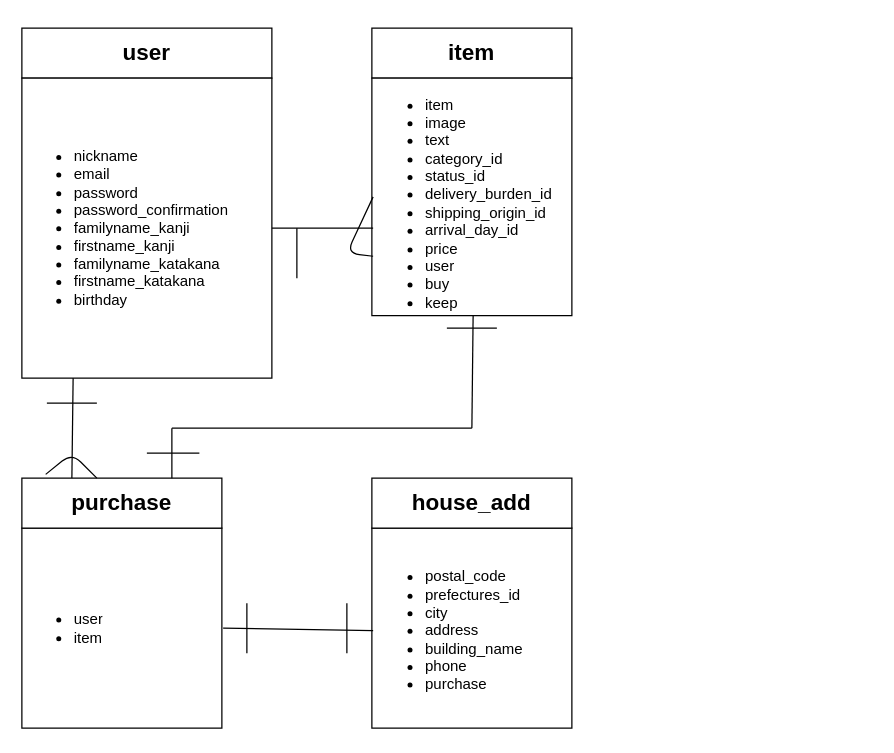
Before: furima.drawio in teruan777/furima_28422, a draw.io diagram. Source tidied: cells renumbered, new cells numbered last; positions are measured from the earlier drawing's top-left corner, leaving out a move shared by most shapes. Both pictures are drawn from the tidied source at 125%, with x=0, y=0 at pixel (21, 28).
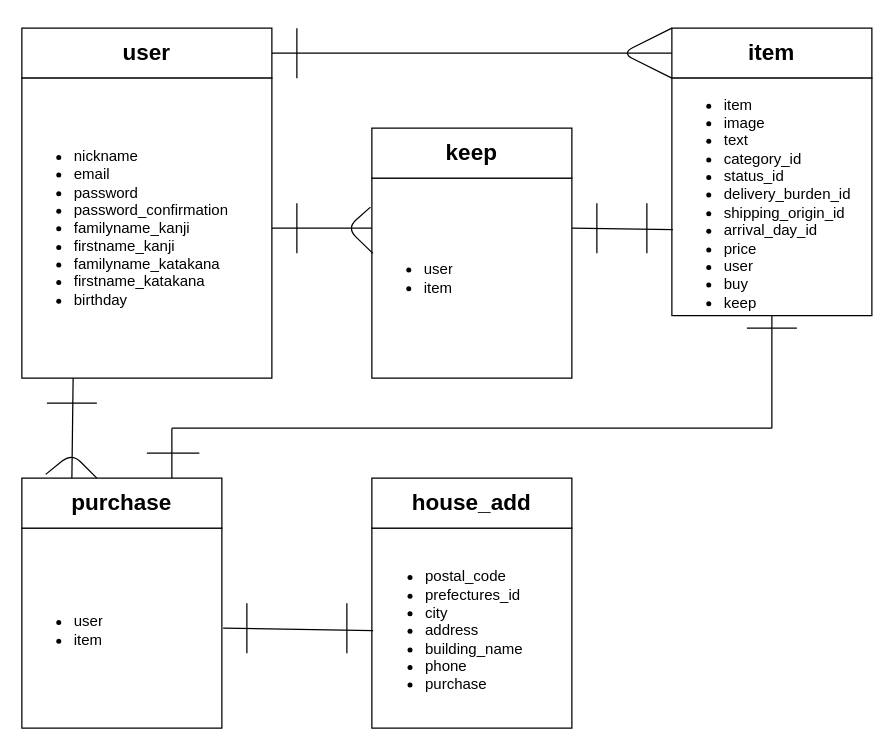
The same diagram, later.

The change refers to these unchanged cells:
```xml
<mxCell id="4" value="&lt;h2&gt;user&lt;/h2&gt;" style="rounded=0;whiteSpace=wrap;html=1;" parent="1" vertex="1">
  <mxGeometry width="200" height="40" as="geometry" />
</mxCell>
<mxCell id="10" value="&lt;ul&gt;&lt;li&gt;nickname&lt;/li&gt;&lt;li&gt;email&lt;/li&gt;&lt;li&gt;password&lt;/li&gt;&lt;li&gt;password_confirmation&lt;/li&gt;&lt;li&gt;familyname_kanji&lt;/li&gt;&lt;li&gt;firstname_kanji&lt;/li&gt;&lt;li&gt;familyname_katakana&lt;/li&gt;&lt;li&gt;firstname_katakana&lt;/li&gt;&lt;li&gt;birthday&lt;/li&gt;&lt;/ul&gt;" style="text;strokeColor=none;fillColor=none;html=1;whiteSpace=wrap;verticalAlign=middle;overflow=hidden;" parent="1" vertex="1">
  <mxGeometry y="40" width="200" height="240" as="geometry" />
</mxCell>
```

Diff of the diagram source:
```diff
@@
+    <mxCell id="28" style="rounded=0;whiteSpace=wrap;html=1;" parent="1" vertex="1">
+      <mxGeometry x="280" y="120" width="160" height="160" as="geometry" />
+    </mxCell>
@@
     <mxCell id="5" value="&lt;h2&gt;item&lt;/h2&gt;" style="rounded=0;whiteSpace=wrap;html=1;" parent="1" vertex="1">
-      <mxGeometry x="280" width="160" height="40" as="geometry" />
+      <mxGeometry x="520" width="160" height="40" as="geometry" />
     </mxCell>
@@
     <mxCell id="7" value="&lt;ul&gt;&lt;li&gt;user&lt;/li&gt;&lt;li&gt;item&lt;/li&gt;&lt;/ul&gt;" style="text;strokeColor=none;fillColor=none;html=1;whiteSpace=wrap;verticalAlign=middle;overflow=hidden;" parent="1" vertex="1">
-      <mxGeometry y="400" width="160" height="160" as="geometry" />
+      <mxGeometry y="402" width="160" height="160" as="geometry" />
     </mxCell>
@@
     <mxCell id="9" style="rounded=0;whiteSpace=wrap;html=1;" parent="1" vertex="1">
-      <mxGeometry x="280" y="40" width="160" height="190" as="geometry" />
+      <mxGeometry x="520" y="40" width="160" height="190" as="geometry" />
     </mxCell>
@@
     <mxCell id="11" value="&lt;ul&gt;&lt;li&gt;item&lt;/li&gt;&lt;li&gt;image&lt;/li&gt;&lt;li&gt;text&lt;/li&gt;&lt;li&gt;category_id&lt;/li&gt;&lt;li&gt;status_id&lt;/li&gt;&lt;li&gt;delivery_burden_id&lt;/li&gt;&lt;li&gt;shipping_origin_id&lt;/li&gt;&lt;li&gt;arrival_day_id&lt;/li&gt;&lt;li&gt;price&lt;/li&gt;&lt;li&gt;user&lt;/li&gt;&lt;li&gt;buy&lt;/li&gt;&lt;li&gt;keep&lt;/li&gt;&lt;/ul&gt;" style="text;strokeColor=none;fillColor=none;html=1;whiteSpace=wrap;verticalAlign=middle;overflow=hidden;" parent="1" vertex="1">
-      <mxGeometry x="281" y="40" width="160" height="190" as="geometry" />
+      <mxGeometry x="520" y="40" width="160" height="190" as="geometry" />
     </mxCell>
-    <mxCell id="12" style="endArrow=none;html=1;exitX=1;exitY=0.5;exitDx=0;exitDy=0;entryX=0;entryY=0.632;entryDx=0;entryDy=0;entryPerimeter=0;" parent="1" edge="1" source="10" target="11">
+    <mxCell id="12" style="endArrow=none;html=1;exitX=1;exitY=0.5;exitDx=0;exitDy=0;entryX=0;entryY=0.5;entryDx=0;entryDy=0;" parent="1" edge="1" source="4" target="5">
       <mxGeometry relative="1" as="geometry" />
     </mxCell>
@@
-    <mxCell id="14" style="endArrow=none;html=1;entryX=0;entryY=0.5;entryDx=0;entryDy=0;exitX=0;exitY=0.75;exitDx=0;exitDy=0;" parent="1" edge="1" source="11" target="11">
+    <mxCell id="14" style="endArrow=none;html=1;entryX=0;entryY=0;entryDx=0;entryDy=0;exitX=0;exitY=0;exitDx=0;exitDy=0;" parent="1" edge="1" source="11" target="5">
       <mxGeometry relative="1" as="geometry">
         <Array as="points">
-          <mxPoint x="260" y="180" />
+          <mxPoint x="480" y="20" />
         </Array>
       </mxGeometry>
     </mxCell>
     <mxCell id="15" style="endArrow=none;html=1;" parent="1" edge="1">
       <mxGeometry relative="1" as="geometry">
-        <mxPoint x="220" y="200" as="sourcePoint" />
-        <mxPoint x="220" y="160" as="targetPoint" />
+        <mxPoint x="220" y="40" as="sourcePoint" />
+        <mxPoint x="220" as="targetPoint" />
       </mxGeometry>
     </mxCell>
@@
     <mxCell id="24" style="endArrow=none;html=1;" parent="1" edge="1">
       <mxGeometry relative="1" as="geometry">
         <mxPoint x="120" y="320" as="sourcePoint" />
-        <mxPoint x="360" y="320" as="targetPoint" />
+        <mxPoint x="600" y="320" as="targetPoint" />
       </mxGeometry>
     </mxCell>
     <mxCell id="25" style="endArrow=none;html=1;entryX=0.5;entryY=1;entryDx=0;entryDy=0;" parent="1" edge="1" target="11">
       <mxGeometry relative="1" as="geometry">
-        <mxPoint x="360" y="320" as="sourcePoint" />
+        <mxPoint x="600" y="320" as="sourcePoint" />
       </mxGeometry>
     </mxCell>
     <mxCell id="26" style="endArrow=none;html=1;" parent="1" edge="1">
       <mxGeometry relative="1" as="geometry">
-        <mxPoint x="340" y="240" as="sourcePoint" />
-        <mxPoint x="380" y="240" as="targetPoint" />
-        <Array as="points">
-          <mxPoint x="360" y="240" />
-        </Array>
+        <mxPoint x="580" y="240" as="sourcePoint" />
+        <mxPoint x="620" y="240" as="targetPoint" />
       </mxGeometry>
     </mxCell>
@@
+    <mxCell id="29" value="&lt;ul&gt;&lt;li&gt;user&lt;/li&gt;&lt;li&gt;item&lt;/li&gt;&lt;/ul&gt;" style="text;strokeColor=none;fillColor=none;html=1;whiteSpace=wrap;verticalAlign=middle;overflow=hidden;" parent="1" vertex="1">
+      <mxGeometry x="280" y="120" width="160" height="160" as="geometry" />
+    </mxCell>
+    <mxCell id="30" value="&lt;h2&gt;keep&lt;/h2&gt;" style="rounded=0;whiteSpace=wrap;html=1;" parent="1" vertex="1">
+      <mxGeometry x="280" y="80" width="160" height="40" as="geometry" />
+    </mxCell>
+    <mxCell id="31" style="endArrow=none;html=1;exitX=1;exitY=0.5;exitDx=0;exitDy=0;entryX=0;entryY=0.25;entryDx=0;entryDy=0;" parent="1" edge="1" source="10" target="29">
+      <mxGeometry relative="1" as="geometry" />
+    </mxCell>
+    <mxCell id="32" style="endArrow=none;html=1;entryX=0.005;entryY=0.638;entryDx=0;entryDy=0;entryPerimeter=0;exitX=1;exitY=0.25;exitDx=0;exitDy=0;" parent="1" edge="1" source="29" target="11">
+      <mxGeometry relative="1" as="geometry" />
+    </mxCell>
+    <mxCell id="33" style="endArrow=none;html=1;" parent="1" edge="1">
+      <mxGeometry relative="1" as="geometry">
+        <mxPoint x="500" y="180" as="sourcePoint" />
+        <mxPoint x="500" y="140" as="targetPoint" />
+      </mxGeometry>
+    </mxCell>
+    <mxCell id="34" style="endArrow=none;html=1;" parent="1" edge="1">
+      <mxGeometry relative="1" as="geometry">
+        <mxPoint x="460" y="180" as="sourcePoint" />
+        <mxPoint x="460" y="140" as="targetPoint" />
+      </mxGeometry>
+    </mxCell>
+    <mxCell id="35" style="endArrow=none;html=1;" parent="1" edge="1">
+      <mxGeometry relative="1" as="geometry">
+        <mxPoint x="220" y="180" as="sourcePoint" />
+        <mxPoint x="220" y="140" as="targetPoint" />
+      </mxGeometry>
+    </mxCell>
+    <mxCell id="36" style="endArrow=none;html=1;entryX=0.005;entryY=0.376;entryDx=0;entryDy=0;entryPerimeter=0;exitX=-0.007;exitY=0.145;exitDx=0;exitDy=0;exitPerimeter=0;" parent="1" edge="1" source="29" target="29">
+      <mxGeometry relative="1" as="geometry">
+        <Array as="points">
+          <mxPoint x="260" y="160" />
+        </Array>
+      </mxGeometry>
+    </mxCell>
```
